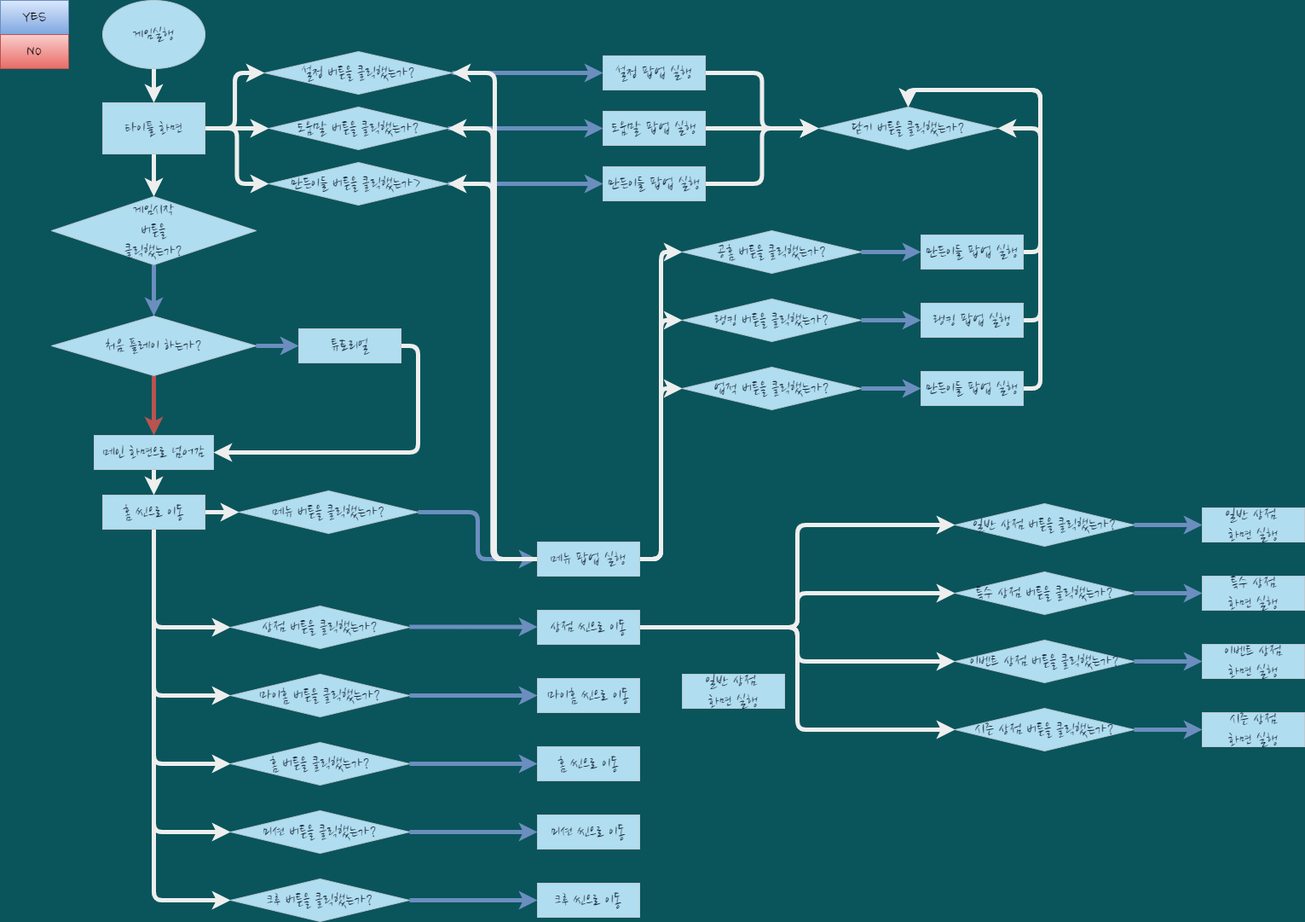
Before: gameplay_flowchat.drawio.png, a diagram exported from draw.io (kinesis19/stac_project_SME). Source tidied: cells renumbered, new cells last; positions are measured from the earlier drawing's top-left corner, leaving out a move shared by most shapes.
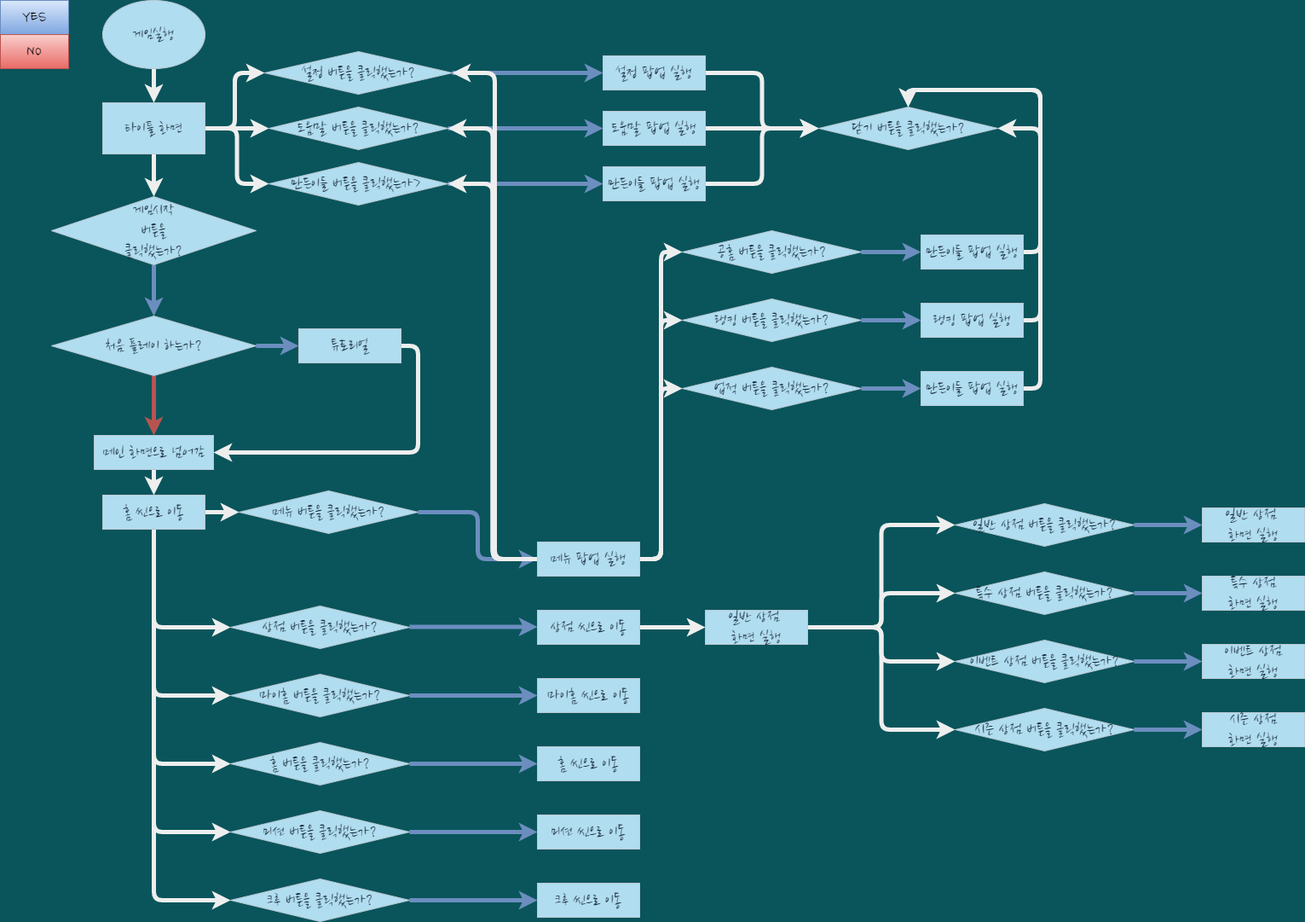
The same diagram one commit later.

What changed in the source:
```diff
@@ -200,18 +200,9 @@
     <mxCell id="65" value="홈 버튼을 클릭했는가?" style="rhombus;whiteSpace=wrap;html=1;rounded=0;sketch=0;fontFamily=Nanum Brush Script;fontSource=https%3A%2F%2Ffonts.googleapis.com%2Fcss%3Ffamily%3DNanum%2BBrush%2BScript;fontSize=20;fillColor=#B1DDF0;strokeColor=#BAC8D3;fontColor=#182E3E;" parent="1" vertex="1">
       <mxGeometry x="270" y="870" width="210" height="50" as="geometry" />
     </mxCell>
-    <mxCell id="66" style="edgeStyle=orthogonalEdgeStyle;curved=0;rounded=1;sketch=0;jettySize=auto;html=1;exitX=1;exitY=0.5;exitDx=0;exitDy=0;entryX=0;entryY=0.5;entryDx=0;entryDy=0;fontColor=#FFFFFF;strokeColor=#EEEEEE;strokeWidth=5;" parent="1" edge="1" source="70" target="81">
-      <mxGeometry relative="1" as="geometry" />
-    </mxCell>
-    <mxCell id="67" style="edgeStyle=orthogonalEdgeStyle;curved=0;rounded=1;sketch=0;jettySize=auto;html=1;exitX=1;exitY=0.5;exitDx=0;exitDy=0;entryX=0;entryY=0.5;entryDx=0;entryDy=0;fontColor=#FFFFFF;strokeColor=#EEEEEE;strokeWidth=5;" parent="1" edge="1" source="70" target="82">
-      <mxGeometry relative="1" as="geometry" />
-    </mxCell>
-    <mxCell id="68" style="edgeStyle=orthogonalEdgeStyle;curved=0;rounded=1;sketch=0;jettySize=auto;html=1;exitX=1;exitY=0.5;exitDx=0;exitDy=0;entryX=0;entryY=0.5;entryDx=0;entryDy=0;fontColor=#FFFFFF;strokeColor=#EEEEEE;strokeWidth=5;" parent="1" edge="1" source="70" target="83">
-      <mxGeometry relative="1" as="geometry" />
-    </mxCell>
-    <mxCell id="69" style="edgeStyle=orthogonalEdgeStyle;curved=0;rounded=1;sketch=0;jettySize=auto;html=1;exitX=1;exitY=0.5;exitDx=0;exitDy=0;entryX=0;entryY=0.5;entryDx=0;entryDy=0;fontColor=#FFFFFF;strokeColor=#EEEEEE;strokeWidth=5;" parent="1" edge="1" source="70" target="84">
-      <mxGeometry relative="1" as="geometry" />
-    </mxCell>
+    <mxCell id="93" style="edgeStyle=orthogonalEdgeStyle;curved=0;rounded=1;sketch=0;jettySize=auto;html=1;exitX=1;exitY=0.5;exitDx=0;exitDy=0;entryX=0;entryY=0.5;entryDx=0;entryDy=0;fontColor=#FFFFFF;strokeColor=#EEEEEE;strokeWidth=5;" parent="1" edge="1" source="70" target="92">
+      <mxGeometry relative="1" as="geometry" />
+    </mxCell>
     <mxCell id="70" value="상점 씬으로 이동" style="rounded=0;whiteSpace=wrap;html=1;sketch=0;fontFamily=Nanum Brush Script;fontSource=https%3A%2F%2Ffonts.googleapis.com%2Fcss%3Ffamily%3DNanum%2BBrush%2BScript;fontSize=20;fillColor=#B1DDF0;strokeColor=#BAC8D3;fontColor=#182E3E;" parent="1" vertex="1">
       <mxGeometry x="630" y="715" width="120" height="40" as="geometry" />
     </mxCell>
@@ -295,8 +286,20 @@
     <mxCell id="91" value="시즌 상점&lt;br&gt;화면 실행" style="rounded=0;whiteSpace=wrap;html=1;sketch=0;fontFamily=Nanum Brush Script;fontSource=https%3A%2F%2Ffonts.googleapis.com%2Fcss%3Ffamily%3DNanum%2BBrush%2BScript;fontSize=20;fillColor=#B1DDF0;strokeColor=#BAC8D3;fontColor=#182E3E;" parent="1" vertex="1">
       <mxGeometry x="1410" y="835" width="120" height="40" as="geometry" />
     </mxCell>
+    <mxCell id="94" style="edgeStyle=orthogonalEdgeStyle;curved=0;rounded=1;sketch=0;jettySize=auto;html=1;exitX=1;exitY=0.5;exitDx=0;exitDy=0;entryX=0;entryY=0.5;entryDx=0;entryDy=0;fontColor=#FFFFFF;strokeColor=#EEEEEE;strokeWidth=5;" parent="1" edge="1" source="92" target="81">
+      <mxGeometry relative="1" as="geometry" />
+    </mxCell>
+    <mxCell id="95" style="edgeStyle=orthogonalEdgeStyle;curved=0;rounded=1;sketch=0;jettySize=auto;html=1;exitX=1;exitY=0.5;exitDx=0;exitDy=0;entryX=0;entryY=0.5;entryDx=0;entryDy=0;fontColor=#FFFFFF;strokeColor=#EEEEEE;strokeWidth=5;" parent="1" edge="1" source="92" target="82">
+      <mxGeometry relative="1" as="geometry" />
+    </mxCell>
+    <mxCell id="96" style="edgeStyle=orthogonalEdgeStyle;curved=0;rounded=1;sketch=0;jettySize=auto;html=1;exitX=1;exitY=0.5;exitDx=0;exitDy=0;entryX=0;entryY=0.5;entryDx=0;entryDy=0;fontColor=#FFFFFF;strokeColor=#EEEEEE;strokeWidth=5;" parent="1" edge="1" source="92" target="83">
+      <mxGeometry relative="1" as="geometry" />
+    </mxCell>
+    <mxCell id="97" style="edgeStyle=orthogonalEdgeStyle;curved=0;rounded=1;sketch=0;jettySize=auto;html=1;exitX=1;exitY=0.5;exitDx=0;exitDy=0;entryX=0;entryY=0.5;entryDx=0;entryDy=0;fontColor=#FFFFFF;strokeColor=#EEEEEE;strokeWidth=5;" parent="1" edge="1" source="92" target="84">
+      <mxGeometry relative="1" as="geometry" />
+    </mxCell>
     <mxCell id="92" value="일반 상점 &lt;br&gt;화면 실행" style="rounded=0;whiteSpace=wrap;html=1;sketch=0;fontFamily=Nanum Brush Script;fontSource=https%3A%2F%2Ffonts.googleapis.com%2Fcss%3Ffamily%3DNanum%2BBrush%2BScript;fontSize=20;fillColor=#B1DDF0;strokeColor=#BAC8D3;fontColor=#182E3E;" parent="1" vertex="1">
-      <mxGeometry x="800" y="790" width="120" height="40" as="geometry" />
+      <mxGeometry x="827" y="715" width="120" height="40" as="geometry" />
     </mxCell>
   </root>
 </mxGraphModel>
```
